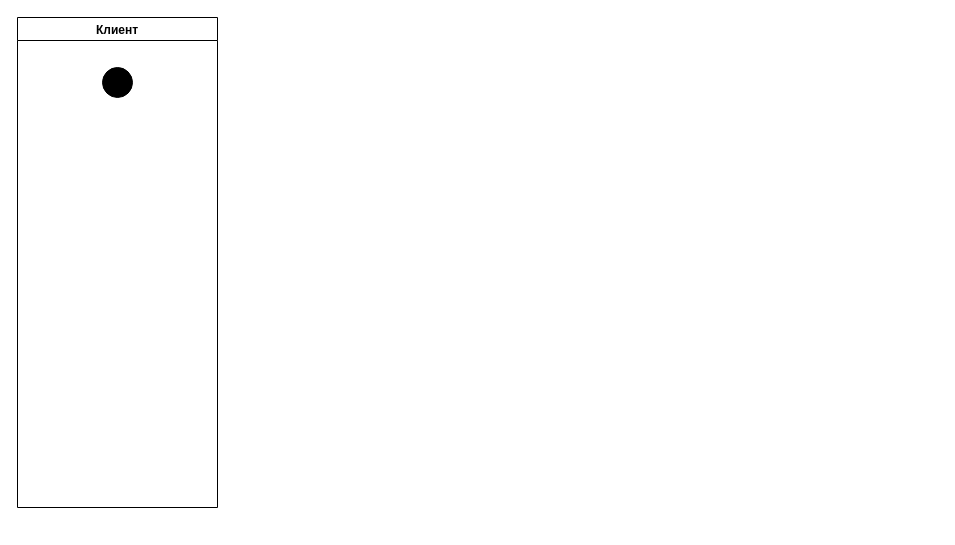
Idontlikeni/fourth_semestr keeps this draw.io diagram as AKMS/Pr_6/PR_6.drawio. Above is the earlier version. Source tidied: cells renumbered, new cells numbered last; positions are measured from the earlier drawing's top-left corner, leaving out a move shared by most shapes. Both pictures are drawn from the tidied source at 100%, with x=0, y=0 at pixel (17, 17).
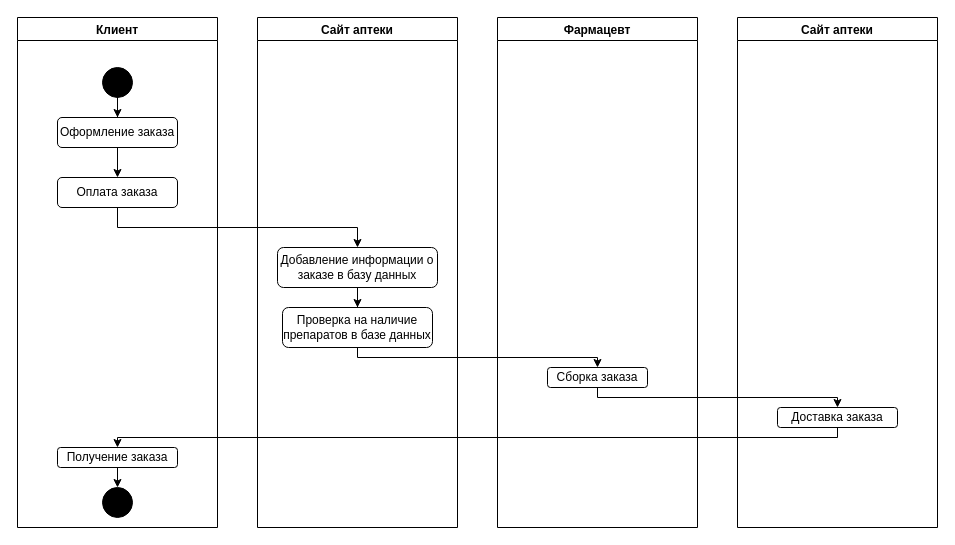
Above is the later version.

The change refers to these unchanged cells:
```xml
<mxCell id="3" style="ellipse;whiteSpace=wrap;html=1;fillColor=#000000;" parent="2" vertex="1">
  <mxGeometry x="85" y="50" width="30" height="30" as="geometry" />
</mxCell>
```

Diff of the diagram source:
```diff
@@
     <mxCell id="2" value="Клиент" style="swimlane;" parent="1" vertex="1">
-      <mxGeometry width="200" height="490" as="geometry" />
+      <mxGeometry width="200" height="510" as="geometry" />
     </mxCell>
+    <mxCell id="4" style="edgeStyle=orthogonalEdgeStyle;rounded=0;jettySize=auto;html=1;" parent="2" edge="1" source="3" target="6">
+      <mxGeometry relative="1" as="geometry" />
+    </mxCell>
@@
+    <mxCell id="5" style="edgeStyle=orthogonalEdgeStyle;rounded=0;jettySize=auto;html=1;" parent="2" edge="1" source="6" target="7">
+      <mxGeometry relative="1" as="geometry" />
+    </mxCell>
+    <mxCell id="6" value="Оформление заказа" style="rounded=1;whiteSpace=wrap;html=1;fillColor=none;" parent="2" vertex="1">
+      <mxGeometry x="40" y="100" width="120" height="30" as="geometry" />
+    </mxCell>
+    <mxCell id="7" value="Оплата заказа" style="rounded=1;whiteSpace=wrap;html=1;fillColor=none;" parent="2" vertex="1">
+      <mxGeometry x="40" y="160" width="120" height="30" as="geometry" />
+    </mxCell>
+    <mxCell id="8" style="edgeStyle=orthogonalEdgeStyle;rounded=0;jettySize=auto;html=1;exitX=0.5;exitY=1;exitDx=0;exitDy=0;entryX=0.5;entryY=0;entryDx=0;entryDy=0;" parent="2" edge="1" source="9" target="10">
+      <mxGeometry relative="1" as="geometry" />
+    </mxCell>
+    <mxCell id="9" value="Получение заказа" style="rounded=1;whiteSpace=wrap;html=1;" parent="2" vertex="1">
+      <mxGeometry x="40" y="430" width="120" height="20" as="geometry" />
+    </mxCell>
+    <mxCell id="10" style="ellipse;whiteSpace=wrap;html=1;fillColor=#000000;" parent="2" vertex="1">
+      <mxGeometry x="85" y="470" width="30" height="30" as="geometry" />
+    </mxCell>
+    <mxCell id="11" value="Сайт аптеки" style="swimlane;startSize=23;" parent="1" vertex="1">
+      <mxGeometry x="240" width="200" height="510" as="geometry" />
+    </mxCell>
+    <mxCell id="12" style="edgeStyle=orthogonalEdgeStyle;rounded=0;jettySize=auto;html=1;" parent="11" edge="1" source="13" target="14">
+      <mxGeometry relative="1" as="geometry" />
+    </mxCell>
+    <mxCell id="13" value="Добавление информации о заказе в базу данных" style="rounded=1;whiteSpace=wrap;html=1;fillColor=none;" parent="11" vertex="1">
+      <mxGeometry x="20" y="230" width="160" height="40" as="geometry" />
+    </mxCell>
+    <mxCell id="14" value="Проверка на наличие препаратов в базе данных" style="rounded=1;whiteSpace=wrap;html=1;fillColor=none;" parent="11" vertex="1">
+      <mxGeometry x="25" y="290" width="150" height="40" as="geometry" />
+    </mxCell>
+    <mxCell id="15" style="edgeStyle=orthogonalEdgeStyle;rounded=0;jettySize=auto;html=1;entryX=0.5;entryY=0;entryDx=0;entryDy=0;" parent="1" edge="1" source="7" target="13">
+      <mxGeometry relative="1" as="geometry">
+        <Array as="points">
+          <mxPoint x="100" y="210" />
+          <mxPoint x="340" y="210" />
+        </Array>
+      </mxGeometry>
+    </mxCell>
+    <mxCell id="16" value="Фармацевт" style="swimlane;startSize=23;" parent="1" vertex="1">
+      <mxGeometry x="480" width="200" height="510" as="geometry" />
+    </mxCell>
+    <mxCell id="17" value="Сборка заказа" style="rounded=1;whiteSpace=wrap;html=1;fillColor=none;" parent="16" vertex="1">
+      <mxGeometry x="50" y="350" width="100" height="20" as="geometry" />
+    </mxCell>
+    <mxCell id="18" style="edgeStyle=orthogonalEdgeStyle;rounded=0;jettySize=auto;html=1;" parent="1" edge="1" source="14" target="17">
+      <mxGeometry relative="1" as="geometry">
+        <Array as="points">
+          <mxPoint x="340" y="340" />
+          <mxPoint x="580" y="340" />
+        </Array>
+      </mxGeometry>
+    </mxCell>
+    <mxCell id="19" value="Сайт аптеки" style="swimlane;startSize=23;" parent="1" vertex="1">
+      <mxGeometry x="720" width="200" height="510" as="geometry" />
+    </mxCell>
+    <mxCell id="20" value="Доставка заказа" style="rounded=1;whiteSpace=wrap;html=1;fillColor=none;" parent="19" vertex="1">
+      <mxGeometry x="40" y="390" width="120" height="20" as="geometry" />
+    </mxCell>
+    <mxCell id="21" style="edgeStyle=orthogonalEdgeStyle;rounded=0;jettySize=auto;html=1;" parent="1" edge="1" source="17" target="20">
+      <mxGeometry relative="1" as="geometry">
+        <Array as="points">
+          <mxPoint x="580" y="380" />
+          <mxPoint x="820" y="380" />
+        </Array>
+      </mxGeometry>
+    </mxCell>
+    <mxCell id="22" style="edgeStyle=orthogonalEdgeStyle;rounded=0;jettySize=auto;html=1;entryX=0.5;entryY=0;entryDx=0;entryDy=0;" parent="1" edge="1" source="20" target="9">
+      <mxGeometry relative="1" as="geometry">
+        <Array as="points">
+          <mxPoint x="820" y="420" />
+          <mxPoint x="100" y="420" />
+        </Array>
+      </mxGeometry>
+    </mxCell>
```
